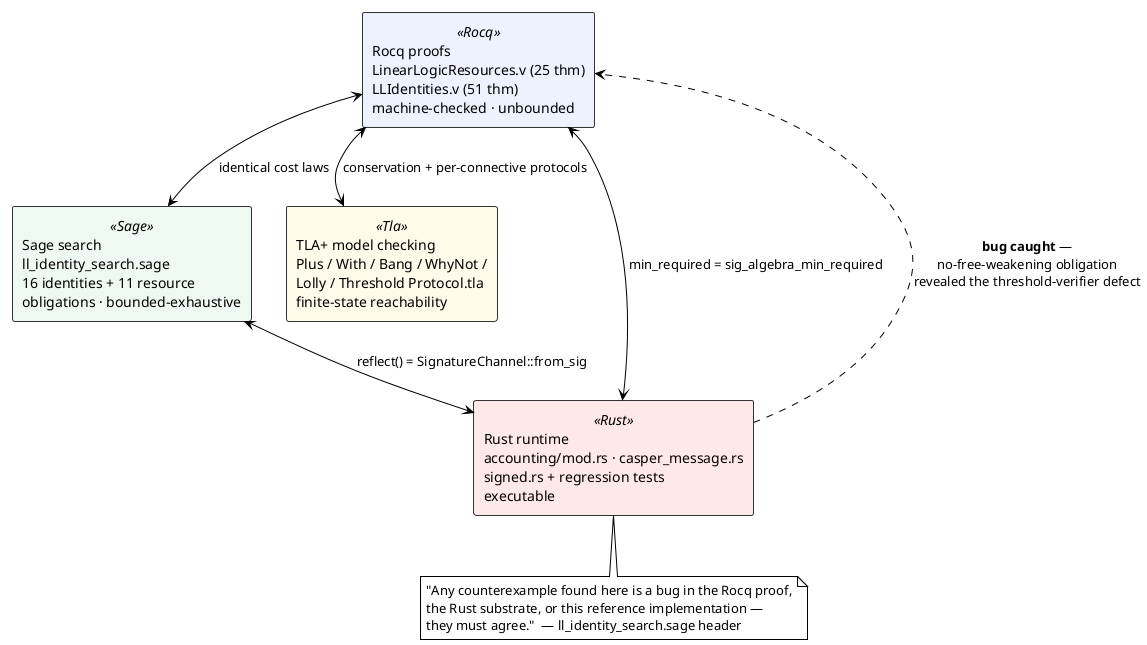
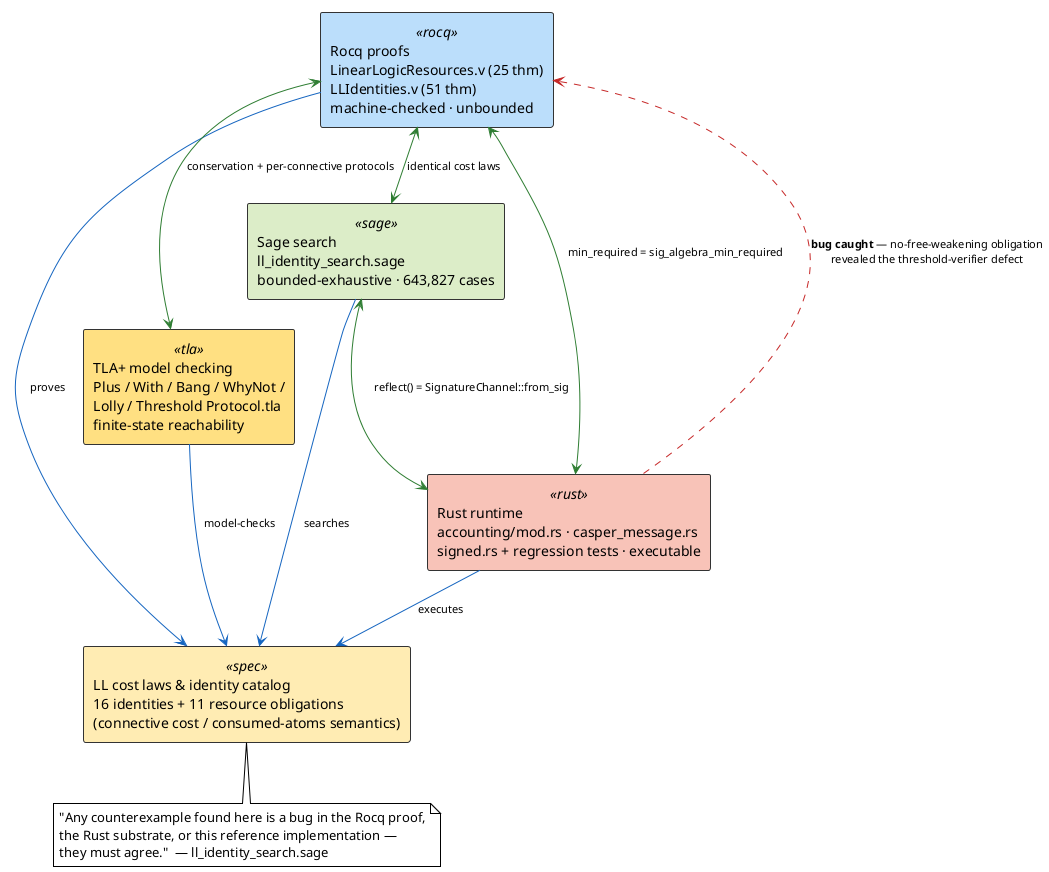
- ' Multi-Modal Corroboration — four independent models of the linear-logic
- ' cost laws (Rocq proofs, Sage bounded-exhaustive search, TLA+ model
- ' checking, Rust runtime + tests) that must agree. The dashed feedback
- ' arrow records that the no-free-weakening obligation caught a real bug.
+ ' Multi-Modal Corroboration — four independent models all corroborate ONE shared
+ ' specification (the LL cost laws & identity catalog). Pairwise agreements are the
+ ' verified cross-checks; the dashed red feedback arrow records the real bug the
+ ' no-free-weakening obligation caught.
'
' Source of truth for Figure 4 in docs/theory/cost-accounting-linear-logic.md.
- ' Render:
- '   plantuml -tsvg docs/theory/diagrams/ll-corroboration-architecture.puml
+ ' Palette:  shared spec=amber · Rocq=blue · Sage=light-green · TLA+=amber-yellow · Rust=salmon
+ '   arrows: models→spec=blue #1565C0 · agreement=green #2E7D32 · bug feedback=red #C62828
+ ' Render:  plantuml -tsvg docs/theory/diagrams/ll-corroboration-architecture.puml

@startuml ll-corroboration-architecture
!theme plain
skinparam componentStyle rectangle
+ skinparam shadowing false
+ skinparam ArrowFontSize 11
skinparam component {
-   BackgroundColor<<Rocq>> #EEF2FF
-   BackgroundColor<<Sage>> #EEFAF1
-   BackgroundColor<<Tla>>  #FFFBEA
-   BackgroundColor<<Rust>> #FFE8E8
+   BackgroundColor<<spec>> #FFECB3
+   BackgroundColor<<rocq>> #BBDEFB
+   BackgroundColor<<sage>> #DCEDC8
+   BackgroundColor<<tla>>  #FFE082
+   BackgroundColor<<rust>> #F8C3B8
  BorderColor #333333
}

- component "Rocq proofs\nLinearLogicResources.v (25 thm)\nLLIdentities.v (51 thm)\nmachine-checked · unbounded" <<Rocq>> as ROCQ
- component "Sage search\nll_identity_search.sage\n16 identities + 11 resource\nobligations · bounded-exhaustive" <<Sage>> as SAGE
- component "TLA+ model checking\nPlus / With / Bang / WhyNot /\nLolly / Threshold Protocol.tla\nfinite-state reachability" <<Tla>> as TLA
- component "Rust runtime\naccounting/mod.rs · casper_message.rs\nsigned.rs + regression tests\nexecutable" <<Rust>> as RUST
+ component "LL cost laws & identity catalog\n16 identities + 11 resource obligations\n(connective cost / consumed-atoms semantics)" <<spec>> as SPEC
+ component "Rocq proofs\nLinearLogicResources.v (25 thm)\nLLIdentities.v (51 thm)\nmachine-checked · unbounded" <<rocq>> as ROCQ
+ component "Sage search\nll_identity_search.sage\nbounded-exhaustive · 643,827 cases" <<sage>> as SAGE
+ component "TLA+ model checking\nPlus / With / Bang / WhyNot /\nLolly / Threshold Protocol.tla\nfinite-state reachability" <<tla>> as TLA
+ component "Rust runtime\naccounting/mod.rs · casper_message.rs\nsigned.rs + regression tests · executable" <<rust>> as RUST

- ROCQ <--> SAGE : identical cost laws
- ROCQ <--> TLA  : conservation + per-connective protocols
- ROCQ <--> RUST : min_required = sig_algebra_min_required
- SAGE <--> RUST : reflect() = SignatureChannel::from_sig
- RUST ..> ROCQ  : <b>bug caught</b> —\nno-free-weakening obligation\nrevealed the threshold-verifier defect
+ ROCQ -[#1565C0]-> SPEC : proves
+ SAGE -[#1565C0]-> SPEC : searches
+ TLA  -[#1565C0]-> SPEC : model-checks
+ RUST -[#1565C0]-> SPEC : executes

- note bottom of RUST
+ ROCQ <-[#2E7D32]-> SAGE : identical cost laws
+ ROCQ <-[#2E7D32]-> RUST : min_required = sig_algebra_min_required
+ SAGE <-[#2E7D32]-> RUST : reflect() = SignatureChannel::from_sig
+ ROCQ <-[#2E7D32]-> TLA  : conservation + per-connective protocols
+ RUST .[#C62828].> ROCQ : <b>bug caught</b> — no-free-weakening obligation\nrevealed the threshold-verifier defect
+ 
+ note bottom of SPEC
  "Any counterexample found here is a bug in the Rocq proof,
  the Rust substrate, or this reference implementation —
-   they must agree."  — ll_identity_search.sage header
+   they must agree."  — ll_identity_search.sage
end note
@enduml
